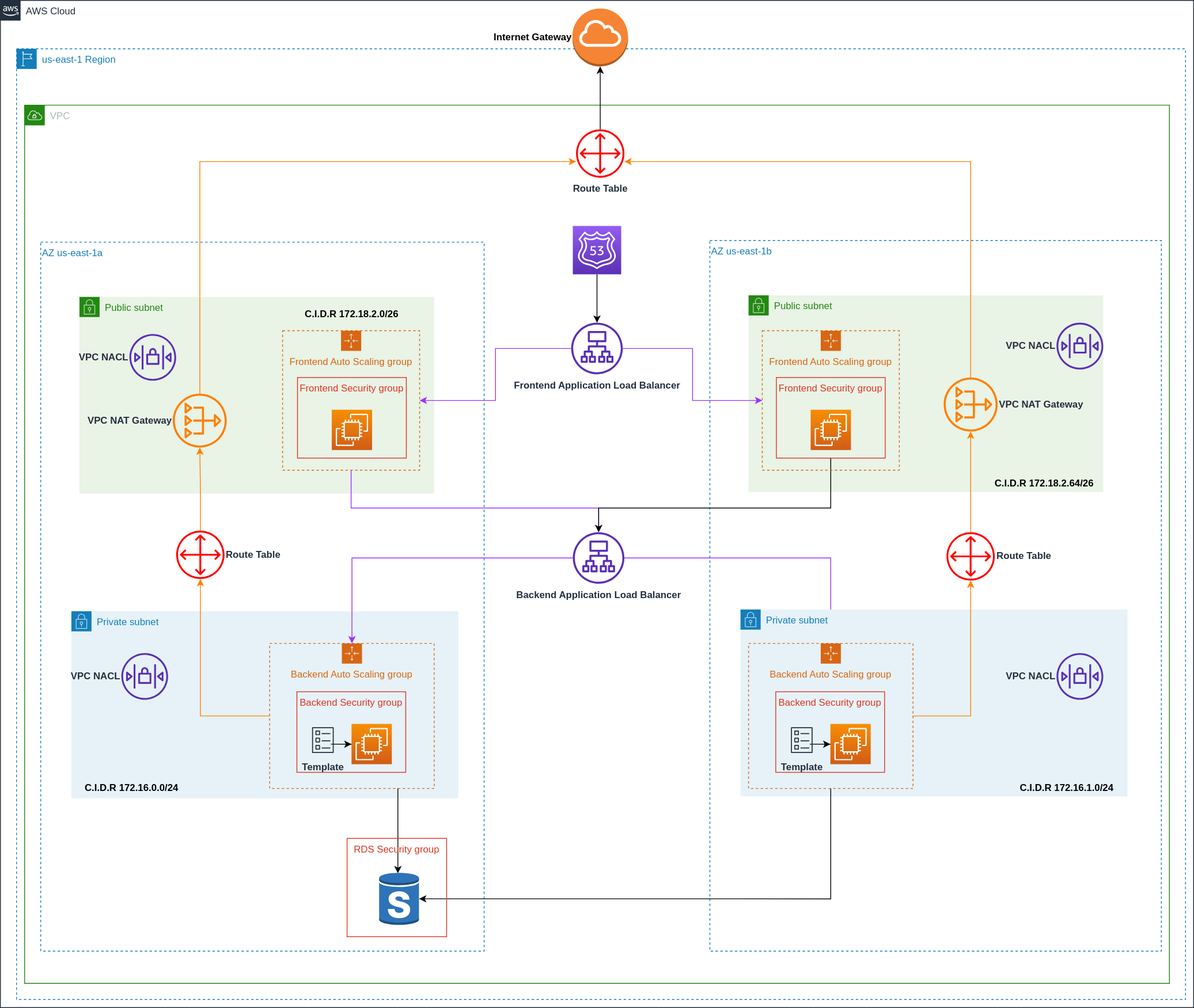
This is Evidences/05 - Mid Avaibility.svg from andresbelo12/perficient-ramp-up, a draw.io export, as it was before one commit. Source tidied: cells renumbered, new cells last; positions are measured from the earlier drawing's top-left corner, leaving out a move shared by most shapes.
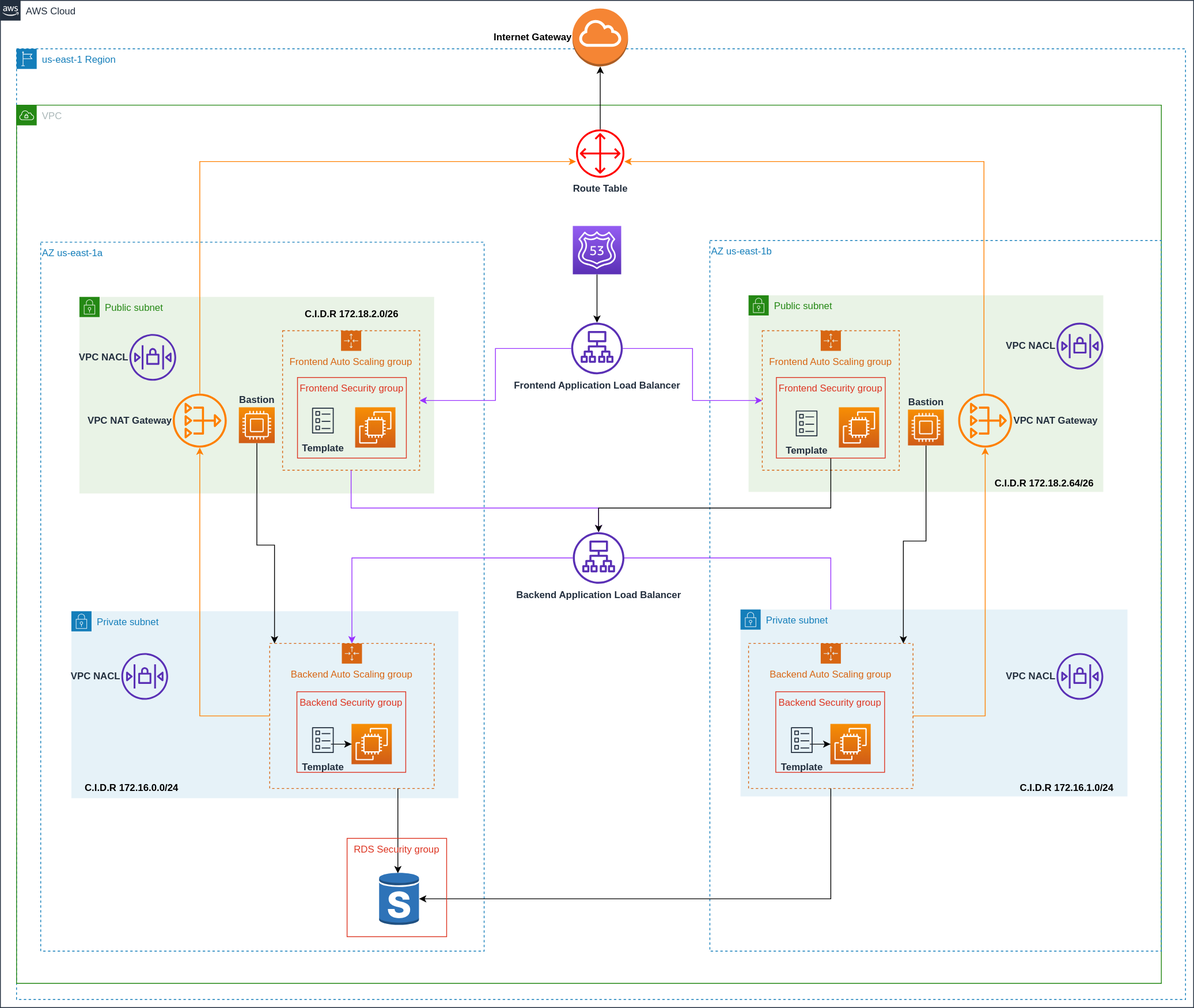
The same file after the commit.

The edit, as a diff of the source:
```diff
@@ -9,17 +9,29 @@
       <mxGeometry x="20" y="60" width="1450" height="1180" as="geometry" />
     </mxCell>
     <mxCell id="4" value="VPC" style="gradientColor=none;html=1;whiteSpace=wrap;fontSize=12;fontStyle=0;shape=mxgraph.aws4.group;grIcon=mxgraph.aws4.group_vpc;strokeColor=#248814;fillColor=none;verticalAlign=top;align=left;spacingLeft=30;fontColor=#AAB7B8;dashed=0;labelBackgroundColor=none;fontFamily=Helvetica;" parent="1" vertex="1">
-      <mxGeometry x="30" y="130" width="1420" height="1090" as="geometry" />
+      <mxGeometry x="20" y="130" width="1420" height="1090" as="geometry" />
     </mxCell>
     <mxCell id="5" value="AZ us-east-1a" style="fillColor=none;strokeColor=#147EBA;dashed=1;verticalAlign=top;fontStyle=0;fontColor=#147EBA;labelBackgroundColor=none;fontFamily=Helvetica;align=left;" parent="1" vertex="1">
       <mxGeometry x="50" y="300" width="550" height="880" as="geometry" />
     </mxCell>
+    <mxCell id="36" value="Public subnet" style="gradientColor=none;html=1;whiteSpace=wrap;fontSize=12;fontStyle=0;shape=mxgraph.aws4.group;grIcon=mxgraph.aws4.group_security_group;grStroke=0;strokeColor=#248814;fillColor=#E9F3E6;verticalAlign=top;align=left;spacingLeft=30;fontColor=#248814;dashed=0;" parent="1" vertex="1">
+      <mxGeometry x="928" y="366" width="440" height="244" as="geometry" />
+    </mxCell>
     <mxCell id="6" value="Private subnet" style="gradientColor=none;html=1;whiteSpace=wrap;fontSize=12;fontStyle=0;shape=mxgraph.aws4.group;grIcon=mxgraph.aws4.group_security_group;grStroke=0;strokeColor=#147EBA;fillColor=#E6F2F8;verticalAlign=top;align=left;spacingLeft=30;fontColor=#147EBA;dashed=0;" parent="1" vertex="1">
       <mxGeometry x="88" y="758" width="480" height="232" as="geometry" />
     </mxCell>
     <mxCell id="7" value="Public subnet" style="gradientColor=none;html=1;whiteSpace=wrap;fontSize=12;fontStyle=0;shape=mxgraph.aws4.group;grIcon=mxgraph.aws4.group_security_group;grStroke=0;strokeColor=#248814;fillColor=#E9F3E6;verticalAlign=top;align=left;spacingLeft=30;fontColor=#248814;dashed=0;" parent="1" vertex="1">
       <mxGeometry x="98" y="368" width="440" height="244" as="geometry" />
     </mxCell>
+    <mxCell id="61" value="Frontend Auto Scaling group" style="points=[[0,0],[0.25,0],[0.5,0],[0.75,0],[1,0],[1,0.25],[1,0.5],[1,0.75],[1,1],[0.75,1],[0.5,1],[0.25,1],[0,1],[0,0.75],[0,0.5],[0,0.25]];outlineConnect=0;gradientColor=none;html=1;whiteSpace=wrap;fontSize=12;fontStyle=0;shape=mxgraph.aws4.groupCenter;grIcon=mxgraph.aws4.group_auto_scaling_group;grStroke=1;strokeColor=#D86613;fillColor=none;verticalAlign=top;align=center;fontColor=#D86613;dashed=1;spacingTop=25;" parent="1" vertex="1">
+      <mxGeometry x="945" y="410" width="170" height="173" as="geometry" />
+    </mxCell>
+    <mxCell id="25" value="Backend Auto Scaling group" style="points=[[0,0],[0.25,0],[0.5,0],[0.75,0],[1,0],[1,0.25],[1,0.5],[1,0.75],[1,1],[0.75,1],[0.5,1],[0.25,1],[0,1],[0,0.75],[0,0.5],[0,0.25]];outlineConnect=0;gradientColor=none;html=1;whiteSpace=wrap;fontSize=12;fontStyle=0;shape=mxgraph.aws4.groupCenter;grIcon=mxgraph.aws4.group_auto_scaling_group;grStroke=1;strokeColor=#D86613;fillColor=none;verticalAlign=top;align=center;fontColor=#D86613;dashed=1;spacingTop=25;" parent="1" vertex="1">
+      <mxGeometry x="334" y="798" width="204" height="180" as="geometry" />
+    </mxCell>
+    <mxCell id="31" value="Frontend Auto Scaling group" style="points=[[0,0],[0.25,0],[0.5,0],[0.75,0],[1,0],[1,0.25],[1,0.5],[1,0.75],[1,1],[0.75,1],[0.5,1],[0.25,1],[0,1],[0,0.75],[0,0.5],[0,0.25]];outlineConnect=0;gradientColor=none;html=1;whiteSpace=wrap;fontSize=12;fontStyle=0;shape=mxgraph.aws4.groupCenter;grIcon=mxgraph.aws4.group_auto_scaling_group;grStroke=1;strokeColor=#D86613;fillColor=none;verticalAlign=top;align=center;fontColor=#D86613;dashed=1;spacingTop=25;" parent="1" vertex="1">
+      <mxGeometry x="350" y="410" width="170" height="173" as="geometry" />
+    </mxCell>
     <mxCell id="8" value="Backend Security group" style="fillColor=none;strokeColor=#DD3522;verticalAlign=top;fontStyle=0;fontColor=#DD3522;" parent="1" vertex="1">
       <mxGeometry x="367.8" y="858" width="135" height="100" as="geometry" />
     </mxCell>
@@ -29,19 +41,13 @@
     <mxCell id="10" style="points=[[0,0,0],[0.25,0,0],[0.5,0,0],[0.75,0,0],[1,0,0],[0,1,0],[0.25,1,0],[0.5,1,0],[0.75,1,0],[1,1,0],[0,0.25,0],[0,0.5,0],[0,0.75,0],[1,0.25,0],[1,0.5,0],[1,0.75,0]];outlineConnect=0;fontColor=#232F3E;gradientColor=#F78E04;gradientDirection=north;fillColor=#D05C17;strokeColor=#ffffff;dashed=0;verticalLabelPosition=bottom;verticalAlign=top;align=center;html=1;fontSize=12;fontStyle=0;shape=mxgraph.aws4.resourceIcon;resIcon=mxgraph.aws4.ec2;" parent="1" vertex="1">
       <mxGeometry x="435.5" y="898" width="50" height="50" as="geometry" />
     </mxCell>
-    <mxCell id="11" style="edgeStyle=orthogonalEdgeStyle;rounded=0;jettySize=auto;html=1;strokeColor=#FF8000;" parent="1" edge="1" source="13" target="15">
-      <mxGeometry relative="1" as="geometry" />
-    </mxCell>
-    <mxCell id="12" style="edgeStyle=orthogonalEdgeStyle;rounded=0;jettySize=auto;html=1;entryX=0;entryY=0.5;entryDx=0;entryDy=0;startArrow=classic;startFill=1;endArrow=none;endFill=0;strokeColor=#FF8000;" parent="1" edge="1" source="13" target="25">
+    <mxCell id="12" style="edgeStyle=orthogonalEdgeStyle;rounded=0;jettySize=auto;html=1;entryX=0;entryY=0.5;entryDx=0;entryDy=0;startArrow=classic;startFill=1;endArrow=none;endFill=0;strokeColor=#FF8000;" parent="1" edge="1" source="15" target="25">
       <mxGeometry relative="1" as="geometry">
         <Array as="points">
-          <mxPoint x="248" y="888" />
+          <mxPoint x="247" y="888" />
         </Array>
       </mxGeometry>
     </mxCell>
-    <mxCell id="13" value="Route Table" style="outlineConnect=0;fontColor=#232F3E;gradientColor=none;strokeColor=none;dashed=0;verticalLabelPosition=middle;verticalAlign=middle;align=left;html=1;fontSize=12;fontStyle=1;shape=mxgraph.aws4.customer_gateway;fillColor=#FF0000;labelPosition=right;" parent="1" vertex="1">
-      <mxGeometry x="218" y="658" width="60" height="60" as="geometry" />
-    </mxCell>
     <mxCell id="14" style="edgeStyle=orthogonalEdgeStyle;rounded=0;jettySize=auto;html=1;strokeColor=#FF8000;" parent="1" edge="1" source="15" target="22">
       <mxGeometry relative="1" as="geometry">
         <Array as="points">
@@ -56,7 +62,7 @@
       <mxGeometry x="368.5" y="468" width="135" height="100" as="geometry" />
     </mxCell>
     <mxCell id="17" style="fontColor=#232F3E;gradientColor=#F78E04;gradientDirection=north;fillColor=#D05C17;strokeColor=#ffffff;dashed=0;verticalLabelPosition=bottom;verticalAlign=top;align=center;html=1;fontSize=12;fontStyle=0;shape=mxgraph.aws4.resourceIcon;resIcon=mxgraph.aws4.ec2;" parent="1" vertex="1">
-      <mxGeometry x="411" y="508" width="50" height="50" as="geometry" />
+      <mxGeometry x="440" y="505" width="50" height="50" as="geometry" />
     </mxCell>
     <mxCell id="18" style="edgeStyle=orthogonalEdgeStyle;rounded=0;jettySize=auto;html=1;strokeColor=#9933FF;" parent="1" edge="1" source="20" target="25">
       <mxGeometry relative="1" as="geometry" />
@@ -87,9 +93,6 @@
         </Array>
       </mxGeometry>
     </mxCell>
-    <mxCell id="25" value="Backend Auto Scaling group" style="points=[[0,0],[0.25,0],[0.5,0],[0.75,0],[1,0],[1,0.25],[1,0.5],[1,0.75],[1,1],[0.75,1],[0.5,1],[0.25,1],[0,1],[0,0.75],[0,0.5],[0,0.25]];outlineConnect=0;gradientColor=none;html=1;whiteSpace=wrap;fontSize=12;fontStyle=0;shape=mxgraph.aws4.groupCenter;grIcon=mxgraph.aws4.group_auto_scaling_group;grStroke=1;strokeColor=#D86613;fillColor=none;verticalAlign=top;align=center;fontColor=#D86613;dashed=1;spacingTop=25;" parent="1" vertex="1">
-      <mxGeometry x="334" y="798" width="204" height="180" as="geometry" />
-    </mxCell>
     <mxCell id="26" value="&lt;b&gt;C.I.D.R&amp;nbsp;172.18.2.0/26&lt;/b&gt;" style="text;html=1;strokeColor=none;fillColor=none;align=center;verticalAlign=middle;whiteSpace=wrap;rounded=0;" parent="1" vertex="1">
       <mxGeometry x="361" y="380" width="150" height="20" as="geometry" />
     </mxCell>
@@ -110,9 +113,6 @@
         </Array>
       </mxGeometry>
     </mxCell>
-    <mxCell id="31" value="Frontend Auto Scaling group" style="points=[[0,0],[0.25,0],[0.5,0],[0.75,0],[1,0],[1,0.25],[1,0.5],[1,0.75],[1,1],[0.75,1],[0.5,1],[0.25,1],[0,1],[0,0.75],[0,0.5],[0,0.25]];outlineConnect=0;gradientColor=none;html=1;whiteSpace=wrap;fontSize=12;fontStyle=0;shape=mxgraph.aws4.groupCenter;grIcon=mxgraph.aws4.group_auto_scaling_group;grStroke=1;strokeColor=#D86613;fillColor=none;verticalAlign=top;align=center;fontColor=#D86613;dashed=1;spacingTop=25;" parent="1" vertex="1">
-      <mxGeometry x="350" y="410" width="170" height="173" as="geometry" />
-    </mxCell>
     <mxCell id="32" style="edgeStyle=orthogonalEdgeStyle;rounded=0;jettySize=auto;html=1;entryX=1;entryY=0.5;entryDx=0;entryDy=0;strokeColor=#9933FF;" parent="1" edge="1" source="33" target="31">
       <mxGeometry relative="1" as="geometry" />
     </mxCell>
@@ -125,9 +125,6 @@
     <mxCell id="35" value="Private subnet" style="gradientColor=none;html=1;whiteSpace=wrap;fontSize=12;fontStyle=0;shape=mxgraph.aws4.group;grIcon=mxgraph.aws4.group_security_group;grStroke=0;strokeColor=#147EBA;fillColor=#E6F2F8;verticalAlign=top;align=left;spacingLeft=30;fontColor=#147EBA;dashed=0;" parent="1" vertex="1">
       <mxGeometry x="918" y="756" width="480" height="232" as="geometry" />
     </mxCell>
-    <mxCell id="36" value="Public subnet" style="gradientColor=none;html=1;whiteSpace=wrap;fontSize=12;fontStyle=0;shape=mxgraph.aws4.group;grIcon=mxgraph.aws4.group_security_group;grStroke=0;strokeColor=#248814;fillColor=#E9F3E6;verticalAlign=top;align=left;spacingLeft=30;fontColor=#248814;dashed=0;" parent="1" vertex="1">
-      <mxGeometry x="928" y="366" width="440" height="244" as="geometry" />
-    </mxCell>
     <mxCell id="37" value="Backend Security group" style="fillColor=none;strokeColor=#DD3522;verticalAlign=top;fontStyle=0;fontColor=#DD3522;" parent="1" vertex="1">
       <mxGeometry x="961.8" y="858" width="135" height="100" as="geometry" />
     </mxCell>
@@ -137,21 +134,15 @@
     <mxCell id="39" style="points=[[0,0,0],[0.25,0,0],[0.5,0,0],[0.75,0,0],[1,0,0],[0,1,0],[0.25,1,0],[0.5,1,0],[0.75,1,0],[1,1,0],[0,0.25,0],[0,0.5,0],[0,0.75,0],[1,0.25,0],[1,0.5,0],[1,0.75,0]];outlineConnect=0;fontColor=#232F3E;gradientColor=#F78E04;gradientDirection=north;fillColor=#D05C17;strokeColor=#ffffff;dashed=0;verticalLabelPosition=bottom;verticalAlign=top;align=center;html=1;fontSize=12;fontStyle=0;shape=mxgraph.aws4.resourceIcon;resIcon=mxgraph.aws4.ec2;" parent="1" vertex="1">
       <mxGeometry x="1029.5" y="898" width="50" height="50" as="geometry" />
     </mxCell>
-    <mxCell id="40" style="edgeStyle=orthogonalEdgeStyle;rounded=0;jettySize=auto;html=1;strokeColor=#FF8000;" parent="1" edge="1" source="41" target="43">
-      <mxGeometry relative="1" as="geometry" />
-    </mxCell>
-    <mxCell id="41" value="Route Table" style="outlineConnect=0;fontColor=#232F3E;gradientColor=none;strokeColor=none;dashed=0;verticalLabelPosition=middle;verticalAlign=middle;align=left;html=1;fontSize=12;fontStyle=1;shape=mxgraph.aws4.customer_gateway;fillColor=#FF0000;labelPosition=right;" parent="1" vertex="1">
-      <mxGeometry x="1173.5" y="660" width="60" height="60" as="geometry" />
-    </mxCell>
     <mxCell id="42" style="edgeStyle=orthogonalEdgeStyle;rounded=0;jettySize=auto;html=1;strokeColor=#FF8000;" parent="1" edge="1" source="43" target="22">
       <mxGeometry relative="1" as="geometry">
         <Array as="points">
-          <mxPoint x="1203" y="200" />
+          <mxPoint x="1220" y="200" />
         </Array>
       </mxGeometry>
     </mxCell>
     <mxCell id="43" value="VPC NAT Gateway" style="outlineConnect=0;fontColor=#232F3E;gradientColor=none;strokeColor=none;dashed=0;verticalLabelPosition=middle;verticalAlign=middle;align=left;html=1;fontSize=12;fontStyle=1;shape=mxgraph.aws4.nat_gateway;fillColor=#FF8000;labelBackgroundColor=none;labelBorderColor=none;fontFamily=Helvetica;labelPosition=right;" parent="1" vertex="1">
-      <mxGeometry x="1170" y="468" width="67" height="67" as="geometry" />
+      <mxGeometry x="1188" y="488" width="67" height="67" as="geometry" />
     </mxCell>
     <mxCell id="44" style="edgeStyle=orthogonalEdgeStyle;rounded=0;jettySize=auto;html=1;" parent="1" edge="1" source="45" target="20">
       <mxGeometry relative="1" as="geometry">
@@ -165,12 +156,12 @@
       <mxGeometry x="962.5" y="468" width="135" height="100" as="geometry" />
     </mxCell>
     <mxCell id="46" style="fontColor=#232F3E;gradientColor=#F78E04;gradientDirection=north;fillColor=#D05C17;strokeColor=#ffffff;dashed=0;verticalLabelPosition=bottom;verticalAlign=top;align=center;html=1;fontSize=12;fontStyle=0;shape=mxgraph.aws4.resourceIcon;resIcon=mxgraph.aws4.ec2;" parent="1" vertex="1">
-      <mxGeometry x="1005" y="508" width="50" height="50" as="geometry" />
+      <mxGeometry x="1040" y="505" width="50" height="50" as="geometry" />
     </mxCell>
     <mxCell id="47" value="&lt;b&gt;Template&lt;/b&gt;" style="outlineConnect=0;fontColor=#232F3E;gradientColor=none;strokeColor=#232F3E;dashed=0;verticalLabelPosition=bottom;verticalAlign=top;align=center;html=1;fontSize=12;fontStyle=0;shape=mxgraph.aws4.resourceIcon;resIcon=mxgraph.aws4.template;fillColor=none;" parent="1" vertex="1">
       <mxGeometry x="974" y="898" width="40" height="40" as="geometry" />
     </mxCell>
-    <mxCell id="48" style="edgeStyle=orthogonalEdgeStyle;rounded=0;jettySize=auto;html=1;strokeColor=#FF8000;" parent="1" edge="1" source="50" target="41">
+    <mxCell id="48" style="edgeStyle=orthogonalEdgeStyle;rounded=0;jettySize=auto;html=1;strokeColor=#FF8000;" parent="1" edge="1" source="50" target="43">
       <mxGeometry relative="1" as="geometry" />
     </mxCell>
     <mxCell id="49" style="edgeStyle=orthogonalEdgeStyle;rounded=0;jettySize=auto;html=1;entryX=1;entryY=0.5;entryDx=0;entryDy=0;entryPerimeter=0;" parent="1" edge="1" source="50" target="56">
@@ -213,8 +204,33 @@
     <mxCell id="60" style="points=[[0,0,0],[0.25,0,0],[0.5,0,0],[0.75,0,0],[1,0,0],[0,1,0],[0.25,1,0],[0.5,1,0],[0.75,1,0],[1,1,0],[0,0.25,0],[0,0.5,0],[0,0.75,0],[1,0.25,0],[1,0.5,0],[1,0.75,0]];outlineConnect=0;fontColor=#232F3E;gradientColor=#945DF2;gradientDirection=north;fillColor=#5A30B5;strokeColor=#ffffff;dashed=0;verticalLabelPosition=bottom;verticalAlign=top;align=center;html=1;fontSize=12;fontStyle=0;shape=mxgraph.aws4.resourceIcon;resIcon=mxgraph.aws4.route_53;" parent="1" vertex="1">
       <mxGeometry x="710" y="280" width="60" height="60" as="geometry" />
     </mxCell>
-    <mxCell id="61" value="Frontend Auto Scaling group" style="points=[[0,0],[0.25,0],[0.5,0],[0.75,0],[1,0],[1,0.25],[1,0.5],[1,0.75],[1,1],[0.75,1],[0.5,1],[0.25,1],[0,1],[0,0.75],[0,0.5],[0,0.25]];outlineConnect=0;gradientColor=none;html=1;whiteSpace=wrap;fontSize=12;fontStyle=0;shape=mxgraph.aws4.groupCenter;grIcon=mxgraph.aws4.group_auto_scaling_group;grStroke=1;strokeColor=#D86613;fillColor=none;verticalAlign=top;align=center;fontColor=#D86613;dashed=1;spacingTop=25;" parent="1" vertex="1">
-      <mxGeometry x="945" y="410" width="170" height="173" as="geometry" />
-    </mxCell>
+    <mxCell id="62" value="&lt;b&gt;Template&lt;/b&gt;" style="fontColor=#232F3E;gradientColor=none;strokeColor=#232F3E;dashed=0;verticalLabelPosition=bottom;verticalAlign=top;align=center;html=1;fontSize=12;fontStyle=0;shape=mxgraph.aws4.resourceIcon;resIcon=mxgraph.aws4.template;fillColor=none;" parent="1" vertex="1">
+      <mxGeometry x="380" y="501.5" width="40" height="40" as="geometry" />
+    </mxCell>
+    <mxCell id="63" value="&lt;b&gt;Template&lt;/b&gt;" style="fontColor=#232F3E;gradientColor=none;strokeColor=#232F3E;dashed=0;verticalLabelPosition=bottom;verticalAlign=top;align=center;html=1;fontSize=12;fontStyle=0;shape=mxgraph.aws4.resourceIcon;resIcon=mxgraph.aws4.template;fillColor=none;" parent="1" vertex="1">
+      <mxGeometry x="980" y="505" width="40" height="40" as="geometry" />
+    </mxCell>
+    <mxCell id="64" style="edgeStyle=orthogonalEdgeStyle;rounded=0;jettySize=auto;html=1;" parent="1" edge="1" source="65" target="25">
+      <mxGeometry relative="1" as="geometry">
+        <Array as="points">
+          <mxPoint x="318" y="676" />
+          <mxPoint x="340" y="676" />
+        </Array>
+      </mxGeometry>
+    </mxCell>
+    <mxCell id="65" value="Bastion" style="points=[[0,0,0],[0.25,0,0],[0.5,0,0],[0.75,0,0],[1,0,0],[0,1,0],[0.25,1,0],[0.5,1,0],[0.75,1,0],[1,1,0],[0,0.25,0],[0,0.5,0],[0,0.75,0],[1,0.25,0],[1,0.5,0],[1,0.75,0]];outlineConnect=0;fontColor=#232F3E;gradientColor=#F78E04;gradientDirection=north;fillColor=#D05C17;strokeColor=#ffffff;dashed=0;verticalLabelPosition=top;verticalAlign=bottom;align=center;html=1;fontSize=12;fontStyle=1;shape=mxgraph.aws4.resourceIcon;resIcon=mxgraph.aws4.compute;labelPosition=center;" parent="1" vertex="1">
+      <mxGeometry x="295.8" y="505" width="44.5" height="44.5" as="geometry" />
+    </mxCell>
+    <mxCell id="66" style="edgeStyle=orthogonalEdgeStyle;rounded=0;jettySize=auto;html=1;" parent="1" edge="1" source="67" target="50">
+      <mxGeometry relative="1" as="geometry">
+        <Array as="points">
+          <mxPoint x="1148" y="671" />
+          <mxPoint x="1120" y="671" />
+        </Array>
+      </mxGeometry>
+    </mxCell>
+    <mxCell id="67" value="Bastion" style="points=[[0,0,0],[0.25,0,0],[0.5,0,0],[0.75,0,0],[1,0,0],[0,1,0],[0.25,1,0],[0.5,1,0],[0.75,1,0],[1,1,0],[0,0.25,0],[0,0.5,0],[0,0.75,0],[1,0.25,0],[1,0.5,0],[1,0.75,0]];outlineConnect=0;fontColor=#232F3E;gradientColor=#F78E04;gradientDirection=north;fillColor=#D05C17;strokeColor=#ffffff;dashed=0;verticalLabelPosition=top;verticalAlign=bottom;align=center;html=1;fontSize=12;fontStyle=1;shape=mxgraph.aws4.resourceIcon;resIcon=mxgraph.aws4.compute;labelPosition=center;" parent="1" vertex="1">
+      <mxGeometry x="1125.8" y="507.8" width="44.5" height="44.5" as="geometry" />
+    </mxCell>
   </root>
 </mxGraphModel>
```
